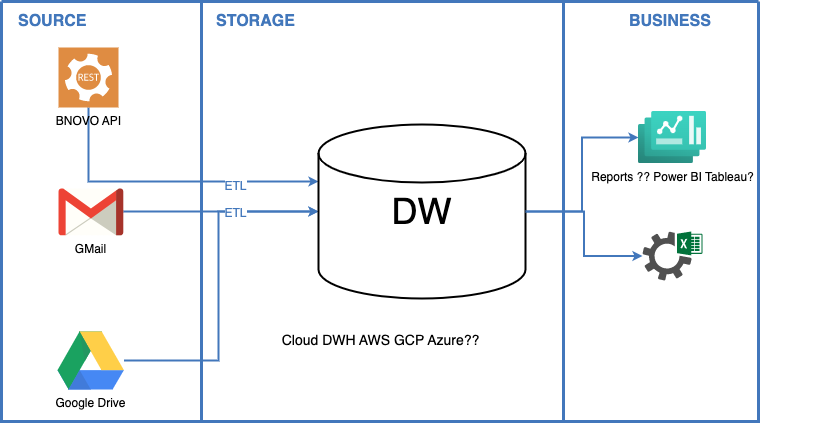
Above: module1/img/SolutionDiagramReservation_v1.png in dimabugaev/DE-101 (draw.io), before the change. Source tidied: cells renumbered, new cells last; positions are measured from the earlier drawing's top-left corner, leaving out a move shared by most shapes. Its diagram source:
```xml
<mxGraphModel>
  <root>
    <mxCell id="0" />
    <mxCell id="1" parent="0" />
    <mxCell id="2" style="swimlane;shadow=0;strokeColor=#4277BB;fillColor=#ffffff;fontColor=none;align=right;startSize=0;noLabel=1;strokeWidth=3;" parent="1" vertex="1">
      <mxGeometry width="757" height="420" as="geometry" />
    </mxCell>
    <mxCell id="3" value="SOURCE" style="text;html=1;align=left;verticalAlign=middle;fontColor=#4277BB;shadow=0;dashed=0;strokeColor=none;fillColor=none;labelBackgroundColor=none;fontStyle=1;fontSize=16;spacingLeft=5;" parent="2" vertex="1">
      <mxGeometry x="10" y="10" width="170" height="20" as="geometry" />
    </mxCell>
    <mxCell id="4" style="line;strokeWidth=3;direction=south;html=1;shadow=0;labelBackgroundColor=none;fillColor=none;gradientColor=none;fontSize=12;fontColor=#4277BB;align=right;strokeColor=#4277BB;" parent="2" vertex="1">
      <mxGeometry x="195" y="1" width="10" height="419" as="geometry" />
    </mxCell>
    <mxCell id="5" style="line;strokeWidth=3;direction=south;html=1;shadow=0;labelBackgroundColor=none;fillColor=none;gradientColor=none;fontSize=12;fontColor=#4277BB;align=right;strokeColor=#4277BB;" parent="2" vertex="1">
      <mxGeometry x="557" width="10" height="420" as="geometry" />
    </mxCell>
    <mxCell id="6" value="STORAGE" style="text;html=1;align=left;verticalAlign=middle;fontColor=#4277BB;shadow=0;dashed=0;strokeColor=none;fillColor=none;labelBackgroundColor=none;fontStyle=1;fontSize=16;spacingLeft=5;" parent="2" vertex="1">
      <mxGeometry x="208" y="10" width="190" height="20" as="geometry" />
    </mxCell>
    <mxCell id="7" value="BUSINESS" style="text;html=1;align=left;verticalAlign=middle;fontColor=#4277BB;shadow=0;dashed=0;strokeColor=none;fillColor=none;labelBackgroundColor=none;fontStyle=1;fontSize=16;spacingLeft=5;" parent="2" vertex="1">
      <mxGeometry x="620.5" y="10" width="217" height="20" as="geometry" />
    </mxCell>
    <mxCell id="8" style="edgeStyle=elbowEdgeStyle;shape=connector;rounded=0;jettySize=auto;elbow=vertical;html=1;labelBackgroundColor=#ffffff;strokeColor=#4277BB;strokeWidth=2;fontFamily=Helvetica;fontSize=12;fontColor=#4277BB;startArrow=none;startFill=0;endArrow=classic;endFill=1;startSize=4;endSize=4;" parent="2" edge="1" source="10" target="17">
      <mxGeometry relative="1" as="geometry">
        <Array as="points">
          <mxPoint x="247" y="180" />
        </Array>
      </mxGeometry>
    </mxCell>
    <mxCell id="9" value="ETL" style="edgeLabel;html=1;align=center;verticalAlign=middle;fontSize=12;fontFamily=Helvetica;fontColor=#4277BB;" parent="8" vertex="1">
      <mxGeometry x="0.45" y="-3" relative="1" as="geometry">
        <mxPoint y="1" as="offset" />
      </mxGeometry>
    </mxCell>
    <mxCell id="10" value="BNOVO API" style="sketch=0;shadow=0;dashed=0;html=1;strokeColor=none;fillColor=#DF8C42;labelPosition=center;verticalLabelPosition=bottom;verticalAlign=top;align=center;outlineConnect=0;shape=mxgraph.veeam2.restful_api;" parent="2" vertex="1">
      <mxGeometry x="57" y="46" width="60" height="60" as="geometry" />
    </mxCell>
    <mxCell id="11" style="edgeStyle=elbowEdgeStyle;shape=connector;rounded=0;jettySize=auto;elbow=vertical;html=1;labelBackgroundColor=#ffffff;strokeColor=#4277BB;strokeWidth=2;fontFamily=Helvetica;fontSize=12;fontColor=#4277BB;startArrow=none;startFill=0;endArrow=classic;endFill=1;startSize=4;endSize=4;entryX=0;entryY=0.5;entryDx=0;entryDy=0;entryPerimeter=0;" parent="2" edge="1" source="12" target="17">
      <mxGeometry relative="1" as="geometry" />
    </mxCell>
    <mxCell id="12" value="GMail" style="dashed=0;outlineConnect=0;html=1;align=center;labelPosition=center;verticalLabelPosition=bottom;verticalAlign=top;shape=mxgraph.weblogos.gmail;" parent="2" vertex="1">
      <mxGeometry x="57" y="187" width="64.8" height="46.8" as="geometry" />
    </mxCell>
    <mxCell id="13" style="edgeStyle=orthogonalEdgeStyle;rounded=0;jettySize=auto;html=1;fontSize=12;entryX=0;entryY=0.5;entryDx=0;entryDy=0;entryPerimeter=0;labelBackgroundColor=#ffffff;strokeColor=#4277BB;fontColor=#4277BB;startArrow=none;startFill=0;startSize=4;endFill=1;endSize=4;strokeWidth=2;" parent="2" edge="1" source="15" target="17">
      <mxGeometry relative="1" as="geometry">
        <Array as="points">
          <mxPoint x="217" y="359" />
          <mxPoint x="217" y="210" />
        </Array>
      </mxGeometry>
    </mxCell>
    <mxCell id="14" value="ETL" style="edgeLabel;html=1;align=center;verticalAlign=middle;fontSize=12;fontFamily=Helvetica;fontColor=#4277BB;" parent="13" vertex="1">
      <mxGeometry x="0.51" relative="1" as="geometry">
        <mxPoint y="1" as="offset" />
      </mxGeometry>
    </mxCell>
    <mxCell id="15" value="Google Drive" style="dashed=0;outlineConnect=0;html=1;align=center;labelPosition=center;verticalLabelPosition=bottom;verticalAlign=top;shape=mxgraph.weblogos.google_drive;" parent="2" vertex="1">
      <mxGeometry x="56" y="330" width="66.4" height="58" as="geometry" />
    </mxCell>
    <mxCell id="16" style="edgeStyle=orthogonalEdgeStyle;rounded=0;jettySize=auto;html=1;fontSize=12;labelBackgroundColor=#ffffff;strokeColor=#4277BB;fontColor=#4277BB;startArrow=none;startFill=0;startSize=4;endFill=1;endSize=4;strokeWidth=2;" parent="2" edge="1" source="17" target="18">
      <mxGeometry relative="1" as="geometry" />
    </mxCell>
    <mxCell id="17" value="&lt;font style=&quot;font-size: 36px;&quot;&gt;DW&lt;/font&gt;" style="strokeWidth=2;html=1;shape=mxgraph.flowchart.database;whiteSpace=wrap;" parent="2" vertex="1">
      <mxGeometry x="317" y="123" width="207" height="174" as="geometry" />
    </mxCell>
    <mxCell id="18" value="Reports ?? Power BI Tableau?" style="html=1;points=[];align=center;image;fontSize=12;image=img/lib/azure2/other/Dashboard_Hub.svg;" parent="2" vertex="1">
      <mxGeometry x="637" y="110" width="68" height="52" as="geometry" />
    </mxCell>
    <mxCell id="19" value="Cloud DWH AWS GCP Azure??" style="text;html=1;align=center;verticalAlign=middle;strokeColor=none;fillColor=none;fontSize=14;" parent="2" vertex="1">
      <mxGeometry x="268.5" y="324" width="220" height="30" as="geometry" />
    </mxCell>
    <mxCell id="20" style="sketch=0;shadow=0;dashed=0;html=1;strokeColor=none;fillColor=#505050;labelPosition=center;verticalLabelPosition=bottom;verticalAlign=top;outlineConnect=0;align=center;shape=mxgraph.office.services.excel_services;fontSize=14;" parent="2" vertex="1">
      <mxGeometry x="641" y="230" width="60" height="49" as="geometry" />
    </mxCell>
    <mxCell id="21" style="edgeStyle=orthogonalEdgeStyle;rounded=0;jettySize=auto;html=1;fontSize=12;exitX=1;exitY=0.5;exitDx=0;exitDy=0;exitPerimeter=0;labelBackgroundColor=#ffffff;strokeColor=#4277BB;fontColor=#4277BB;startArrow=none;startFill=0;startSize=4;endFill=1;endSize=4;strokeWidth=2;" parent="2" edge="1" source="17" target="20">
      <mxGeometry relative="1" as="geometry" />
    </mxCell>
  </root>
</mxGraphModel>
```
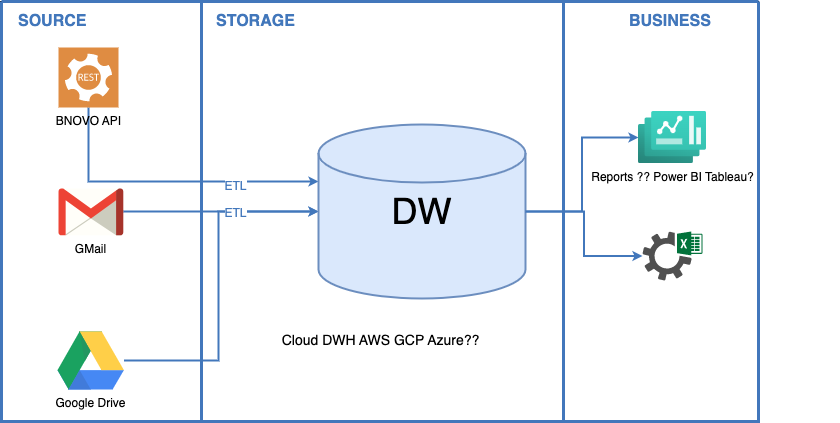
Later version of the same file.

Diff of the diagram source:
```diff
@@ -2,7 +2,10 @@
   <root>
     <mxCell id="0" />
     <mxCell id="1" parent="0" />
+    <mxCell id="22" style="rounded=0;whiteSpace=wrap;html=1;fillStyle=solid;fontFamily=Helvetica;fontSize=12;fontColor=#4277BB;fillColor=default;gradientColor=none;" parent="1" vertex="1">
+      <mxGeometry x="-1" width="758" height="420" as="geometry" />
+    </mxCell>
-    <mxCell id="2" style="swimlane;shadow=0;strokeColor=#4277BB;fillColor=#ffffff;fontColor=none;align=right;startSize=0;noLabel=1;strokeWidth=3;" parent="1" vertex="1">
+    <mxCell id="2" style="swimlane;shadow=0;strokeColor=#4277BB;fillColor=none;fontColor=none;align=right;startSize=0;noLabel=1;strokeWidth=3;fillStyle=solid;fillOpacity=100;gradientColor=default;" parent="1" vertex="1">
       <mxGeometry width="757" height="420" as="geometry" />
     </mxCell>
     <mxCell id="3" value="SOURCE" style="text;html=1;align=left;verticalAlign=middle;fontColor=#4277BB;shadow=0;dashed=0;strokeColor=none;fillColor=none;labelBackgroundColor=none;fontStyle=1;fontSize=16;spacingLeft=5;" parent="2" vertex="1">
@@ -60,7 +63,7 @@
     <mxCell id="16" style="edgeStyle=orthogonalEdgeStyle;rounded=0;jettySize=auto;html=1;fontSize=12;labelBackgroundColor=#ffffff;strokeColor=#4277BB;fontColor=#4277BB;startArrow=none;startFill=0;startSize=4;endFill=1;endSize=4;strokeWidth=2;" parent="2" edge="1" source="17" target="18">
       <mxGeometry relative="1" as="geometry" />
     </mxCell>
-    <mxCell id="17" value="&lt;font style=&quot;font-size: 36px;&quot;&gt;DW&lt;/font&gt;" style="strokeWidth=2;html=1;shape=mxgraph.flowchart.database;whiteSpace=wrap;" parent="2" vertex="1">
+    <mxCell id="17" value="&lt;font style=&quot;font-size: 36px;&quot;&gt;DW&lt;/font&gt;" style="strokeWidth=2;html=1;shape=mxgraph.flowchart.database;whiteSpace=wrap;fillColor=#dae8fc;strokeColor=#6c8ebf;" parent="2" vertex="1">
       <mxGeometry x="317" y="123" width="207" height="174" as="geometry" />
     </mxCell>
     <mxCell id="18" value="Reports ?? Power BI Tableau?" style="html=1;points=[];align=center;image;fontSize=12;image=img/lib/azure2/other/Dashboard_Hub.svg;" parent="2" vertex="1">
```
